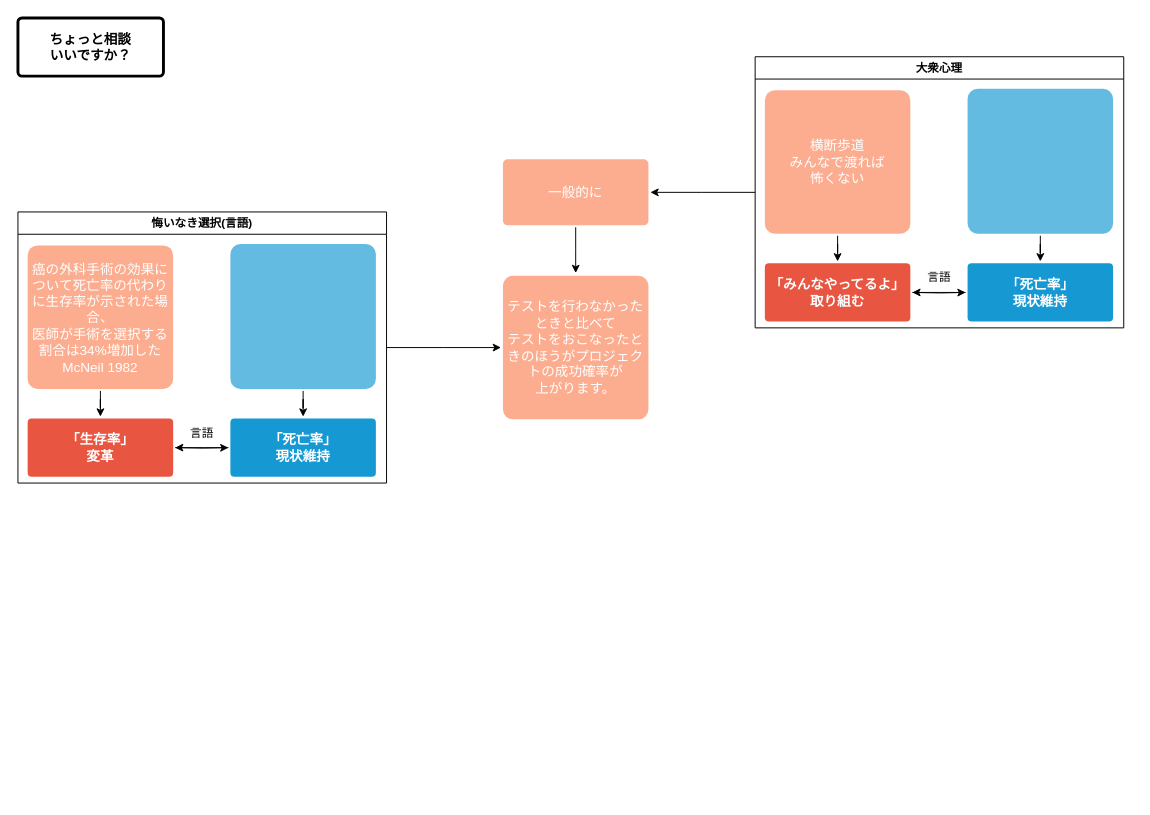
Above: page "20240226品質の選択" (3 of 9) of psy/psy.drawio in minegishirei/draw_v1 (draw.io), before the change. Source tidied: cells renumbered, new cells numbered last; positions are measured from the earlier drawing's top-left corner, leaving out a move shared by most shapes. Both pictures are drawn from the tidied source at 97%, with x=0, y=0 at pixel (17, 17).
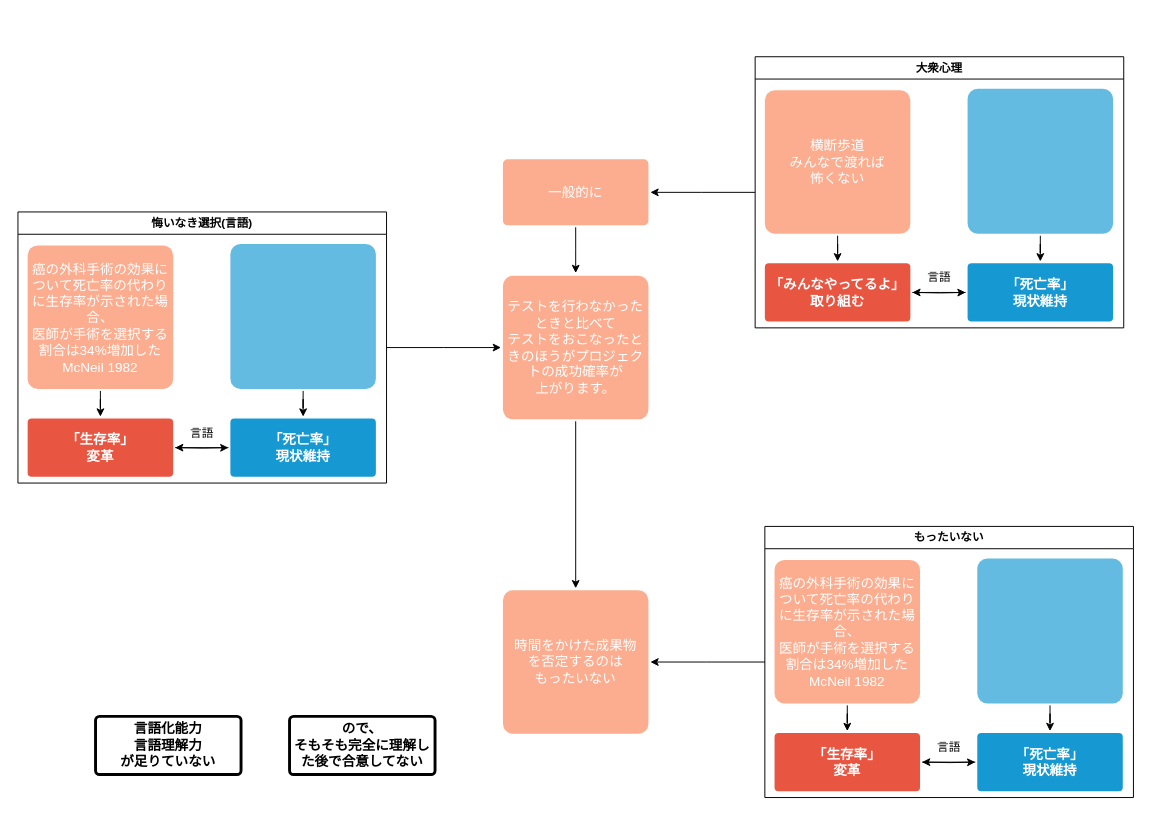
The same diagram, later.

Unchanged cells that the change refers to:
```xml
<mxCell id="27" value="テストを行わなかったときと比べて&lt;br&gt;テストをおこなったときのほうがプロジェクトの成功確率が&lt;br&gt;上がります。" style="rounded=1;whiteSpace=wrap;html=1;shadow=0;labelBackgroundColor=none;strokeColor=none;strokeWidth=3;fillColor=#FCAD90;fontFamily=Helvetica;fontSize=14;fontColor=#FFFFFF;align=center;spacing=5;arcSize=7;perimeterSpacing=2;" parent="1" vertex="1">
  <mxGeometry x="500" y="265.8" width="150" height="148" as="geometry" />
</mxCell>
```

The edit, as a diff of the source:
```diff
@@
-    <mxCell id="2" value="&lt;font color=&quot;#000000&quot;&gt;ちょっと相談&lt;br&gt;いいですか？&lt;br&gt;&lt;/font&gt;" style="rounded=1;whiteSpace=wrap;html=1;shadow=0;labelBackgroundColor=none;strokeColor=#000000;strokeWidth=3;fillColor=#FFFFFF;fontFamily=Helvetica;fontSize=14;fontColor=#FFFFFF;align=center;spacing=5;fontStyle=1;arcSize=7;perimeterSpacing=2;" parent="1" vertex="1">
-      <mxGeometry width="150" height="60" as="geometry" />
+    <mxCell id="2" value="&lt;font color=&quot;#000000&quot;&gt;言語化能力&lt;br&gt;言語理解力&lt;br&gt;が足りていない&lt;br&gt;&lt;/font&gt;" style="rounded=1;whiteSpace=wrap;html=1;shadow=0;labelBackgroundColor=none;strokeColor=#000000;strokeWidth=3;fillColor=#FFFFFF;fontFamily=Helvetica;fontSize=14;fontColor=#FFFFFF;align=center;spacing=5;fontStyle=1;arcSize=7;perimeterSpacing=2;" parent="1" vertex="1">
+      <mxGeometry x="80" y="720" width="150" height="60" as="geometry" />
     </mxCell>
@@
+    <mxCell id="28" style="edgeStyle=orthogonalEdgeStyle;rounded=0;jettySize=auto;html=1;" parent="1" edge="1" source="27" target="41">
+      <mxGeometry relative="1" as="geometry" />
+    </mxCell>
@@
+    <mxCell id="29" style="edgeStyle=orthogonalEdgeStyle;rounded=0;jettySize=auto;html=1;" parent="1" edge="1" source="30" target="41">
+      <mxGeometry relative="1" as="geometry" />
+    </mxCell>
+    <mxCell id="30" value="もったいない" style="swimlane;whiteSpace=wrap;html=1;startSize=23;" parent="1" vertex="1">
+      <mxGeometry x="770" y="524.2" width="380" height="279.5" as="geometry" />
+    </mxCell>
+    <mxCell id="31" style="edgeStyle=orthogonalEdgeStyle;rounded=0;jettySize=auto;html=1;" parent="30" edge="1" source="32">
+      <mxGeometry relative="1" as="geometry">
+        <mxPoint x="162" y="243" as="targetPoint" />
+      </mxGeometry>
+    </mxCell>
+    <mxCell id="32" value="「死亡率」&lt;br&gt;現状維持" style="rounded=1;whiteSpace=wrap;html=1;shadow=0;labelBackgroundColor=none;strokeColor=none;strokeWidth=3;fillColor=#1699d3;fontFamily=Helvetica;fontSize=14;fontColor=#FFFFFF;align=center;spacing=5;fontStyle=1;arcSize=7;perimeterSpacing=2;" parent="30" vertex="1">
+      <mxGeometry x="219" y="213" width="150" height="60" as="geometry" />
+    </mxCell>
+    <mxCell id="33" style="edgeStyle=orthogonalEdgeStyle;rounded=0;jettySize=auto;html=1;entryX=0;entryY=0.5;entryDx=0;entryDy=0;" parent="30" edge="1" target="32">
+      <mxGeometry relative="1" as="geometry">
+        <mxPoint x="162" y="243" as="sourcePoint" />
+      </mxGeometry>
+    </mxCell>
+    <mxCell id="34" style="edgeStyle=orthogonalEdgeStyle;rounded=0;jettySize=auto;html=1;entryX=0.5;entryY=0;entryDx=0;entryDy=0;" parent="30" edge="1" source="35" target="32">
+      <mxGeometry relative="1" as="geometry" />
+    </mxCell>
+    <mxCell id="35" style="rounded=1;whiteSpace=wrap;html=1;shadow=0;labelBackgroundColor=none;strokeColor=none;strokeWidth=3;fillColor=#64bbe2;fontFamily=Helvetica;fontSize=14;fontColor=#FFFFFF;align=center;spacing=5;arcSize=7;perimeterSpacing=2;" parent="30" vertex="1">
+      <mxGeometry x="219" y="33" width="150" height="149.5" as="geometry" />
+    </mxCell>
+    <mxCell id="36" value="言語" style="text;html=1;strokeColor=none;fillColor=none;align=center;verticalAlign=middle;whiteSpace=wrap;rounded=0;" parent="30" vertex="1">
+      <mxGeometry x="160" y="213" width="60" height="30" as="geometry" />
+    </mxCell>
+    <mxCell id="37" style="edgeStyle=orthogonalEdgeStyle;rounded=0;jettySize=auto;html=1;entryX=0.5;entryY=0;entryDx=0;entryDy=0;" parent="30" edge="1" source="38" target="39">
+      <mxGeometry relative="1" as="geometry" />
+    </mxCell>
+    <mxCell id="38" value="癌の外科手術の効果について死亡率の代わりに生存率が示された場合、&lt;br style=&quot;border-color: var(--border-color);&quot;&gt;医師が手術を選択する割合は34%増加した&lt;br style=&quot;border-color: var(--border-color);&quot;&gt;McNeil 1982" style="rounded=1;whiteSpace=wrap;html=1;shadow=0;labelBackgroundColor=none;strokeColor=none;strokeWidth=3;fillColor=#FCAD90;fontFamily=Helvetica;fontSize=14;fontColor=#FFFFFF;align=center;spacing=5;arcSize=7;perimeterSpacing=2;" parent="30" vertex="1">
+      <mxGeometry x="10" y="34.5" width="150" height="148" as="geometry" />
+    </mxCell>
+    <mxCell id="39" value="「生存率」&lt;br style=&quot;border-color: var(--border-color);&quot;&gt;変革" style="rounded=1;whiteSpace=wrap;html=1;shadow=0;labelBackgroundColor=none;strokeColor=none;strokeWidth=3;fillColor=#e85642;fontFamily=Helvetica;fontSize=14;fontColor=#FFFFFF;align=center;spacing=5;fontStyle=1;arcSize=7;perimeterSpacing=2;" parent="30" vertex="1">
+      <mxGeometry x="10" y="213" width="150" height="60" as="geometry" />
+    </mxCell>
+    <mxCell id="40" value="&lt;font color=&quot;#000000&quot;&gt;ので、&lt;br&gt;そもそも完全に理解した後で合意してない&lt;br&gt;&lt;/font&gt;" style="rounded=1;whiteSpace=wrap;html=1;shadow=0;labelBackgroundColor=none;strokeColor=#000000;strokeWidth=3;fillColor=#FFFFFF;fontFamily=Helvetica;fontSize=14;fontColor=#FFFFFF;align=center;spacing=5;fontStyle=1;arcSize=7;perimeterSpacing=2;" parent="1" vertex="1">
+      <mxGeometry x="280" y="720" width="150" height="60" as="geometry" />
+    </mxCell>
+    <mxCell id="41" value="時間をかけた成果物&lt;br&gt;を否定するのは&lt;br&gt;もったいない" style="rounded=1;whiteSpace=wrap;html=1;shadow=0;labelBackgroundColor=none;strokeColor=none;strokeWidth=3;fillColor=#FCAD90;fontFamily=Helvetica;fontSize=14;fontColor=#FFFFFF;align=center;spacing=5;arcSize=7;perimeterSpacing=2;" parent="1" vertex="1">
+      <mxGeometry x="500" y="590" width="150" height="148" as="geometry" />
+    </mxCell>
```
